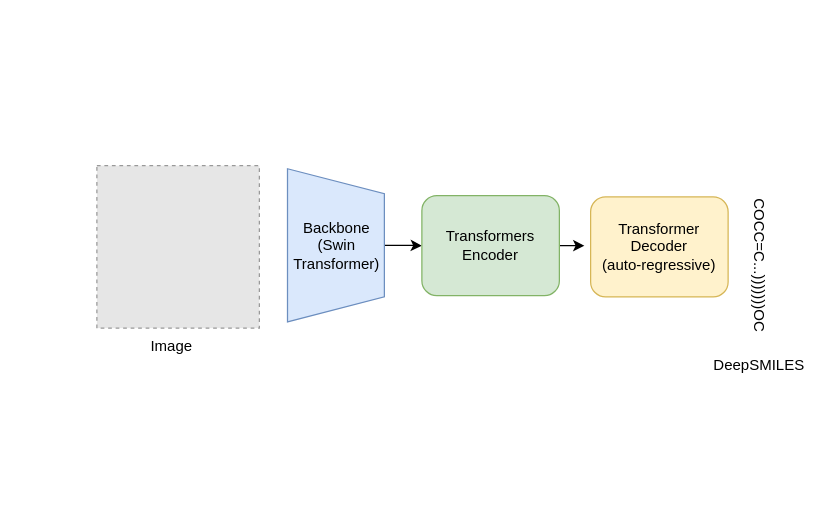
The draw.io diagram swinocsr.drawio in weathon/3d2smile, before the edit. Source tidied: cells renumbered, new cells numbered last; positions are measured from the earlier drawing's top-left corner, leaving out a move shared by most shapes. Both pictures are drawn from the tidied source at 125%, with x=0, y=0 at pixel (96, 165). Pictures stored in the file or linked from it are replaced by grey dashed boxes.
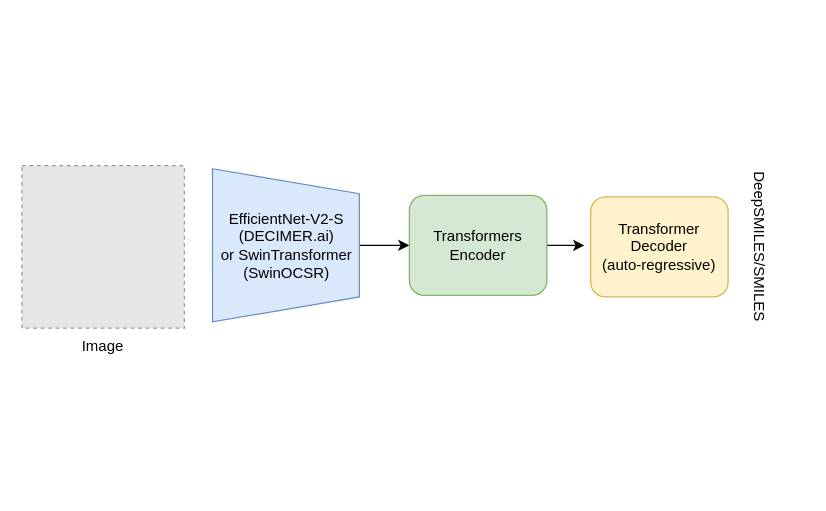
The same page after the edit.

Diff of the diagram source:
```diff
@@
 <mxGraphModel>
   <root>
     <mxCell id="0" />
     <mxCell id="1" parent="0" />
     <mxCell id="2" style="edgeStyle=orthogonalEdgeStyle;rounded=0;jettySize=auto;html=1;" parent="1" edge="1" source="3" target="5">
       <mxGeometry relative="1" as="geometry" />
     </mxCell>
-    <mxCell id="3" value="Backbone&lt;div&gt;(Swin Transformer)&lt;/div&gt;" style="shape=trapezoid;perimeter=trapezoidPerimeter;whiteSpace=wrap;html=1;fixedSize=1;rotation=90;horizontal=0;fillColor=#dae8fc;strokeColor=#6c8ebf;" parent="1" vertex="1">
-      <mxGeometry x="130" y="25" width="122.5" height="77.5" as="geometry" />
+    <mxCell id="3" value="EfficientNet-V2-S (DECIMER.ai)&lt;div&gt;or SwinTransformer (SwinOCSR)&lt;/div&gt;" style="shape=trapezoid;perimeter=trapezoidPerimeter;whiteSpace=wrap;html=1;fixedSize=1;rotation=90;horizontal=0;fillColor=#dae8fc;strokeColor=#6c8ebf;" parent="1" vertex="1">
+      <mxGeometry x="90" y="5" width="122.5" height="117.5" as="geometry" />
     </mxCell>
     <mxCell id="4" style="edgeStyle=orthogonalEdgeStyle;rounded=0;jettySize=auto;html=1;exitX=1;exitY=0.5;exitDx=0;exitDy=0;" parent="1" edge="1" source="5">
       <mxGeometry relative="1" as="geometry">
         <mxPoint x="390" y="64" as="targetPoint" />
       </mxGeometry>
     </mxCell>
     <mxCell id="5" value="Transformers&lt;div&gt;Encoder&lt;/div&gt;" style="rounded=1;whiteSpace=wrap;html=1;fillColor=#d5e8d4;strokeColor=#82b366;" parent="1" vertex="1">
-      <mxGeometry x="260" y="24" width="110" height="80" as="geometry" />
+      <mxGeometry x="250" y="23.8" width="110" height="80" as="geometry" />
     </mxCell>
     <mxCell id="6" value="Transformer&lt;div&gt;Decoder&lt;/div&gt;&lt;div&gt;(auto-regressive)&lt;/div&gt;" style="rounded=1;whiteSpace=wrap;html=1;fillColor=#fff2cc;strokeColor=#d6b656;" parent="1" vertex="1">
       <mxGeometry x="395" y="25" width="110" height="80" as="geometry" />
     </mxCell>
     <mxCell id="7" style="fillColor=#E6E6E6;strokeColor=#999999;dashed=1;verticalLabelPosition=bottom;labelBackgroundColor=default;verticalAlign=top;" parent="1" vertex="1">
-      <mxGeometry width="130" height="130" as="geometry" />
+      <mxGeometry x="-60" width="130" height="130" as="geometry" />
     </mxCell>
-    <mxCell id="8" value="DeepSMILES" style="text;html=1;align=center;verticalAlign=middle;whiteSpace=wrap;rounded=0;" parent="1" vertex="1">
-      <mxGeometry x="500" y="145" width="60" height="30" as="geometry" />
-    </mxCell>
     <mxCell id="9" value="Image" style="text;html=1;align=center;verticalAlign=middle;whiteSpace=wrap;rounded=0;" parent="1" vertex="1">
-      <mxGeometry x="30" y="130" width="60" height="30" as="geometry" />
+      <mxGeometry x="-25" y="130" width="60" height="30" as="geometry" />
     </mxCell>
-    <mxCell id="10" value="COCC=C...)))))))OC" style="text;html=1;align=center;verticalAlign=middle;whiteSpace=wrap;rounded=0;rotation=90;" parent="1" vertex="1">
-      <mxGeometry x="350" y="65" width="360" height="30" as="geometry" />
+    <mxCell id="10" value="DeepSMILES/SMILES" style="text;html=1;align=center;verticalAlign=middle;whiteSpace=wrap;rounded=0;rotation=90;" parent="1" vertex="1">
+      <mxGeometry x="350" y="50" width="360" height="30" as="geometry" />
     </mxCell>
   </root>
 </mxGraphModel>
```
